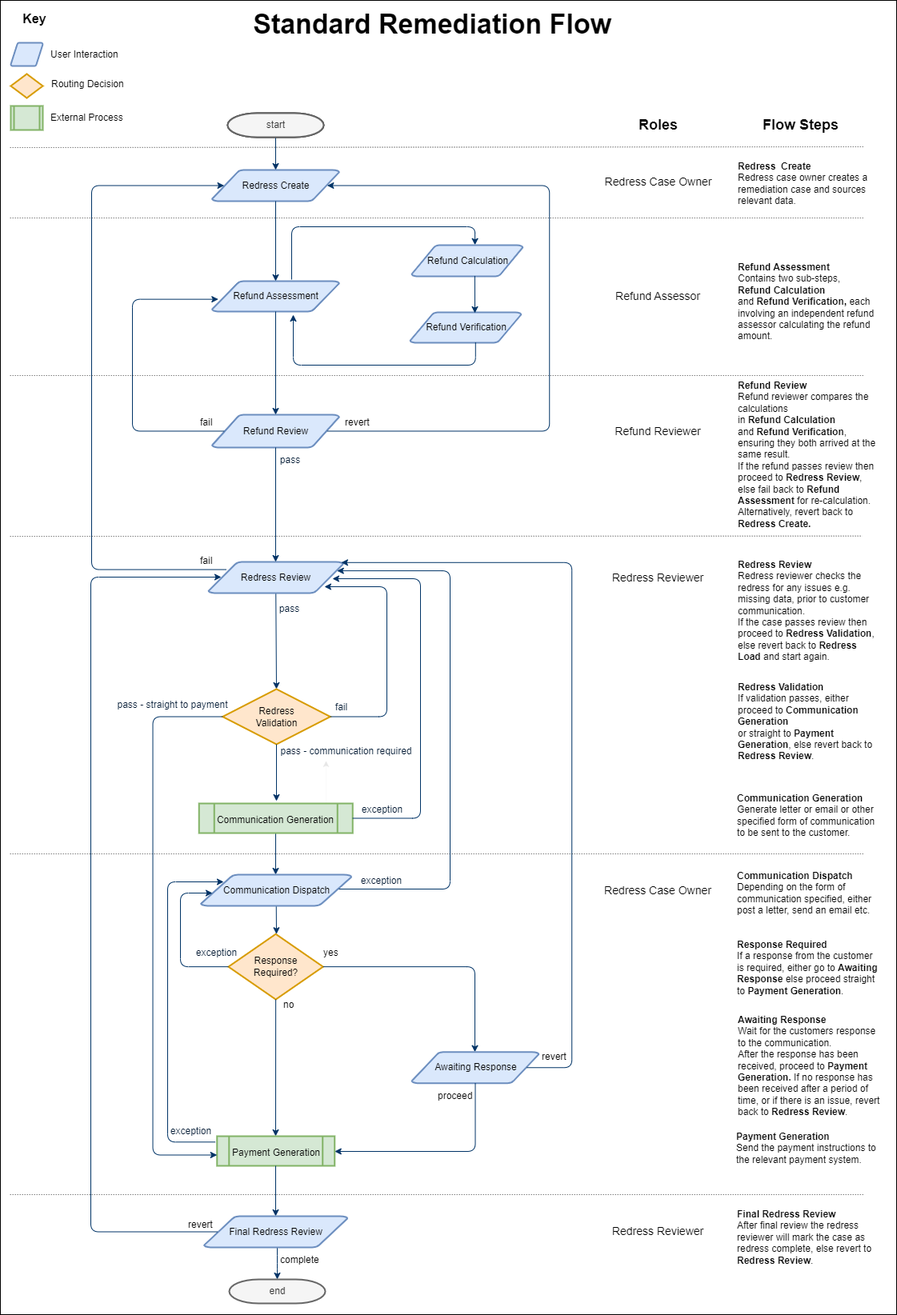
The draw.io diagram readme-images/StandardRemediationFlow.png in grantcolley/headway, before a commit. Source tidied: cells renumbered, new cells last; positions are measured from the earlier drawing's top-left corner, leaving out a move shared by most shapes.
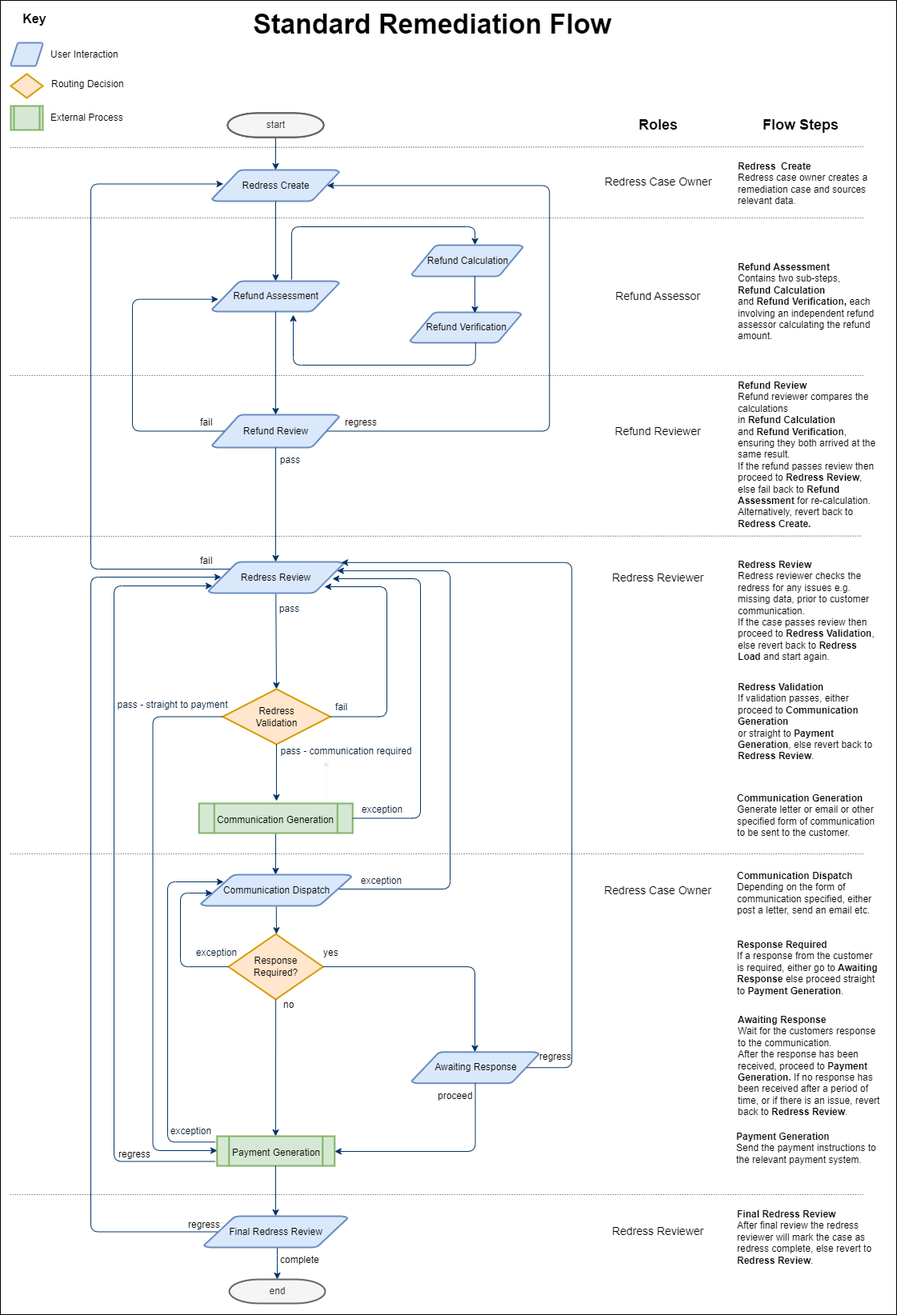
The same file after the commit.

Diff of the diagram source:
```diff
@@ -111,11 +111,13 @@
     <mxCell id="20" value="pass" style="text;fontColor=#001933;fontStyle=0;html=1;strokeColor=none;gradientColor=none;fillColor=none;strokeWidth=2;align=center;" parent="1" vertex="1">
       <mxGeometry x="341" y="747" width="40" height="26" as="geometry" />
     </mxCell>
-    <mxCell id="21" style="edgeStyle=elbowEdgeStyle;elbow=horizontal;fontStyle=1;strokeColor=#003366;strokeWidth=1;html=1;exitX=0.133;exitY=0.246;exitDx=0;exitDy=0;exitPerimeter=0;entryX=0.095;entryY=0.5;entryDx=0;entryDy=0;entryPerimeter=0;" parent="1" edge="1" source="19" target="4">
-      <mxGeometry x="38.5" y="347" as="geometry">
+    <mxCell id="21" style="edgeStyle=elbowEdgeStyle;elbow=horizontal;fontStyle=1;strokeColor=#003366;strokeWidth=1;html=1;exitX=1;exitY=1;exitDx=0;exitDy=0;entryX=0.095;entryY=0.5;entryDx=0;entryDy=0;entryPerimeter=0;" parent="1" edge="1">
+      <mxGeometry x="37.5" y="345" as="geometry">
+        <mxPoint x="287" y="711" as="sourcePoint" />
+        <mxPoint x="278.6" y="229.5" as="targetPoint" />
         <Array as="points">
-          <mxPoint x="114" y="791" />
-          <mxPoint x="133.5" y="1310" />
+          <mxPoint x="113" y="789" />
+          <mxPoint x="132.5" y="1308" />
         </Array>
       </mxGeometry>
     </mxCell>
@@ -216,8 +218,8 @@
     <mxCell id="44" value="proceed" style="text;fontStyle=0;html=1;strokeColor=none;gradientColor=none;fillColor=none;strokeWidth=2;" parent="1" vertex="1">
       <mxGeometry x="545" y="1356" width="40" height="26" as="geometry" />
     </mxCell>
-    <mxCell id="45" value="revert" style="text;fontStyle=0;html=1;strokeColor=none;gradientColor=none;fillColor=none;strokeWidth=2;" parent="1" vertex="1">
-      <mxGeometry x="675" y="1307.2" width="40" height="26" as="geometry" />
+    <mxCell id="45" value="regress" style="text;fontStyle=0;html=1;strokeColor=none;gradientColor=none;fillColor=none;strokeWidth=2;" parent="1" vertex="1">
+      <mxGeometry x="672" y="1307.2" width="40" height="26" as="geometry" />
     </mxCell>
     <mxCell id="46" style="endArrow=none;dashed=1;html=1;rounded=1;fontSize=18;strokeWidth=0.5;" parent="1" edge="1">
       <mxGeometry relative="1" as="geometry">
@@ -294,13 +296,13 @@
     <mxCell id="64" value="&lt;b&gt;Redress Validation&lt;br&gt;&lt;/b&gt;If validation passes, either proceed to&lt;b&gt; Communication Generation&lt;/b&gt; &lt;br&gt;or straight to &lt;b&gt;Payment Generation&lt;/b&gt;, else revert back to &lt;b&gt;Redress Review&lt;/b&gt;." style="text;html=1;strokeColor=none;fillColor=none;align=left;verticalAlign=top;whiteSpace=wrap;rounded=0;" parent="1" vertex="1">
       <mxGeometry x="920" y="844.5" width="180" height="100" as="geometry" />
     </mxCell>
-    <mxCell id="65" style="edgeStyle=elbowEdgeStyle;elbow=horizontal;exitX=0;exitY=0.5;fontStyle=1;strokeColor=#003366;strokeWidth=1;html=1;exitDx=0;exitDy=0;endArrow=none;endFill=0;startArrow=classic;startFill=1;entryX=0;entryY=0.5;entryDx=0;entryDy=0;entryPerimeter=0;" parent="1" edge="1" target="33">
-      <mxGeometry x="45.7" y="1048" as="geometry">
-        <mxPoint x="270.8" y="1443.5" as="sourcePoint" />
+    <mxCell id="65" style="edgeStyle=elbowEdgeStyle;elbow=horizontal;fontStyle=1;strokeColor=#003366;strokeWidth=1;html=1;endArrow=none;endFill=0;startArrow=classic;startFill=1;entryX=0;entryY=0.5;entryDx=0;entryDy=0;entryPerimeter=0;" parent="1" edge="1" target="33">
+      <mxGeometry x="45.7" y="1053" as="geometry">
+        <mxPoint x="271" y="1438" as="sourcePoint" />
         <Array as="points">
-          <mxPoint x="190.5" y="1260" />
-          <mxPoint x="330.7" y="1351.2" />
-          <mxPoint x="140.7" y="2011" />
+          <mxPoint x="190.5" y="1265" />
+          <mxPoint x="330.7" y="1356.2" />
+          <mxPoint x="140.7" y="2016" />
         </Array>
       </mxGeometry>
     </mxCell>
@@ -371,13 +373,13 @@
         </Array>
       </mxGeometry>
     </mxCell>
-    <mxCell id="86" value="revert" style="text;fontStyle=0;html=1;strokeColor=none;gradientColor=none;fillColor=none;strokeWidth=2;" parent="1" vertex="1">
+    <mxCell id="86" value="regress" style="text;fontStyle=0;html=1;strokeColor=none;gradientColor=none;fillColor=none;strokeWidth=2;" parent="1" vertex="1">
       <mxGeometry x="233" y="1517.2" width="40" height="26" as="geometry" />
     </mxCell>
     <mxCell id="87" value="complete" style="text;fontStyle=0;html=1;strokeColor=none;gradientColor=none;fillColor=none;strokeWidth=2;" parent="1" vertex="1">
       <mxGeometry x="348" y="1561.2" width="40" height="26" as="geometry" />
     </mxCell>
-    <mxCell id="88" value="revert" style="text;fontStyle=0;html=1;strokeColor=none;gradientColor=none;fillColor=none;strokeWidth=2;" parent="1" vertex="1">
+    <mxCell id="88" value="regress" style="text;fontStyle=0;html=1;strokeColor=none;gradientColor=none;fillColor=none;strokeWidth=2;" parent="1" vertex="1">
       <mxGeometry x="428.5" y="513.5" width="50" height="26" as="geometry" />
     </mxCell>
     <mxCell id="89" style="edgeStyle=elbowEdgeStyle;elbow=horizontal;exitX=1;exitY=0.5;fontStyle=1;strokeColor=#003366;strokeWidth=1;html=1;exitDx=0;exitDy=0;" parent="1" edge="1" source="39">
@@ -448,5 +450,19 @@
         </Array>
       </mxGeometry>
     </mxCell>
+    <mxCell id="99" style="edgeStyle=elbowEdgeStyle;elbow=horizontal;exitX=0.095;exitY=0.5;exitPerimeter=0;fontStyle=1;strokeColor=#003366;strokeWidth=1;html=1;exitDx=0;exitDy=0;" parent="1" edge="1">
+      <mxGeometry x="277.2" y="895" as="geometry">
+        <mxPoint x="268.6" y="1451.5" as="sourcePoint" />
+        <mxPoint x="265" y="732" as="targetPoint" />
+        <Array as="points">
+          <mxPoint x="142" y="1045" />
+          <mxPoint x="100" y="979" />
+          <mxPoint x="372.2" y="1858" />
+        </Array>
+      </mxGeometry>
+    </mxCell>
+    <mxCell id="100" value="regress" style="text;fontStyle=0;html=1;strokeColor=none;gradientColor=none;fillColor=none;strokeWidth=2;" parent="1" vertex="1">
+      <mxGeometry x="146" y="1429" width="40" height="26" as="geometry" />
+    </mxCell>
   </root>
 </mxGraphModel>
```
